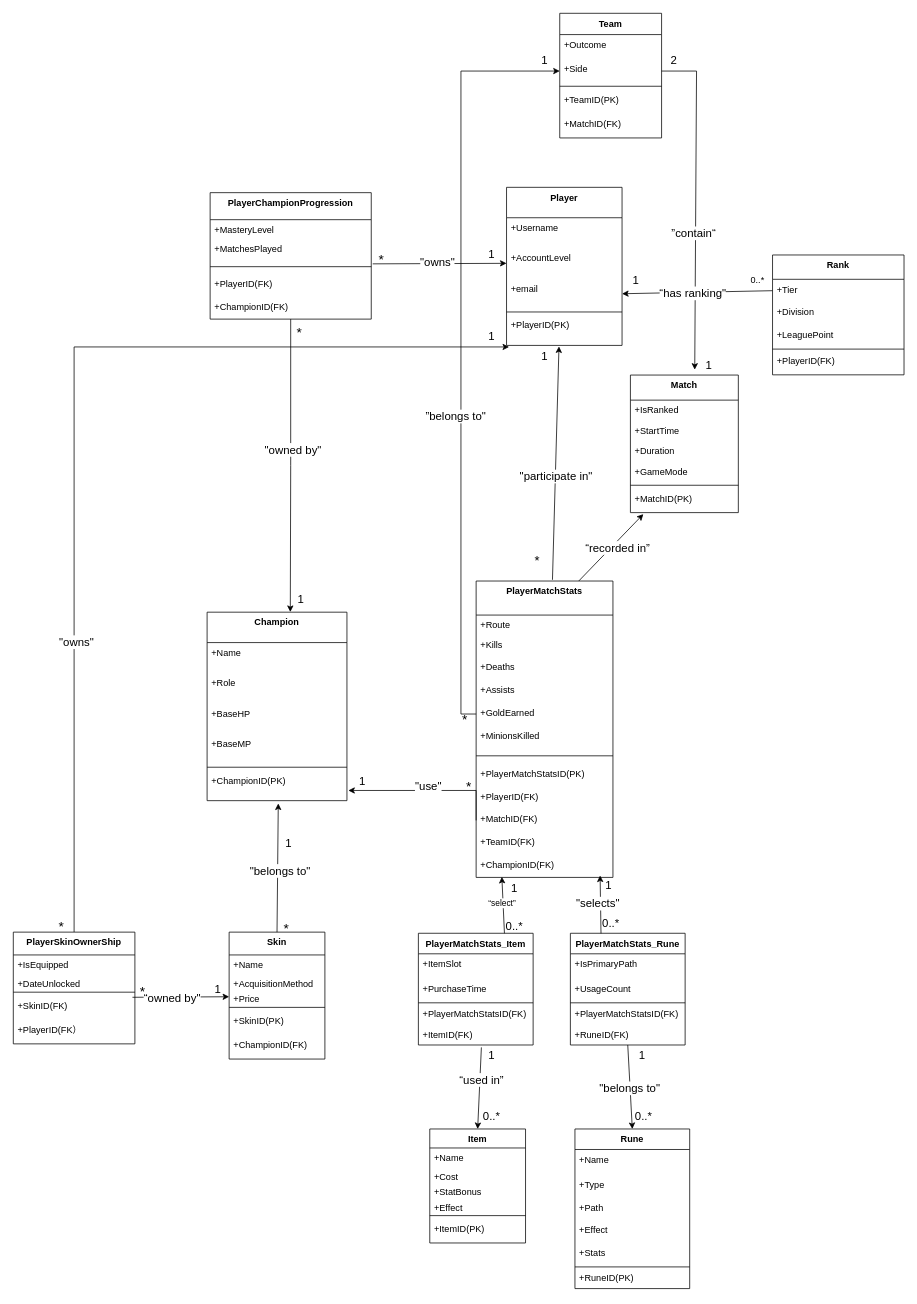
Above: 测试1.drawio in mushroomAAA/draw.io (draw.io), before the change. Source tidied: cells renumbered, new cells numbered last; positions are measured from the earlier drawing's top-left corner, leaving out a move shared by most shapes. Both pictures are drawn from the tidied source at 76%, with x=0, y=0 at pixel (13, 13).
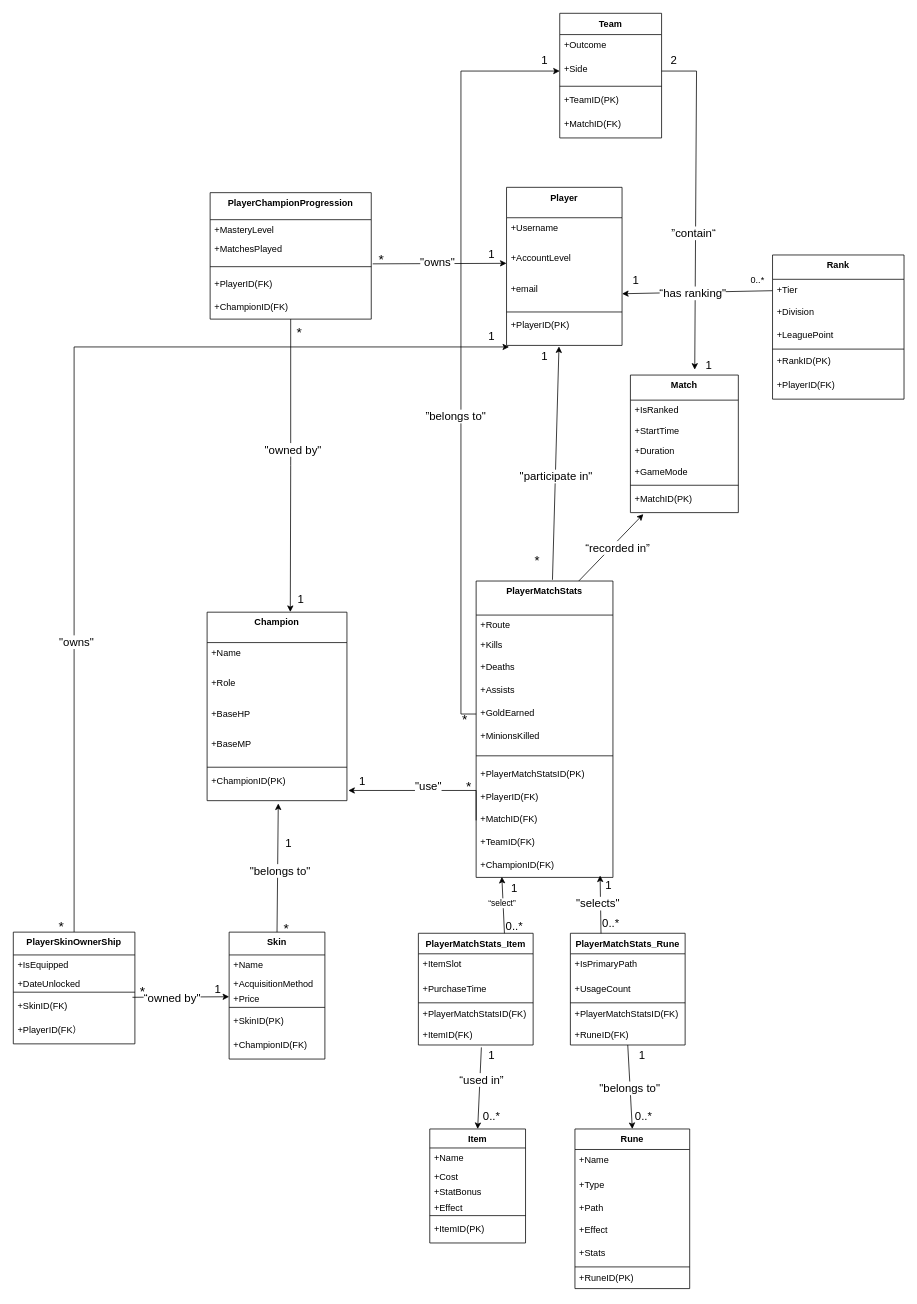
The same page after the edit.

Diff of the diagram source:
```diff
@@
     <mxCell id="87" value="Rank" style="swimlane;fontStyle=1;align=center;verticalAlign=top;horizontal=1;startSize=32;" parent="1" vertex="1">
-      <mxGeometry x="999" y="318" width="173" height="157.7" as="geometry" />
+      <mxGeometry x="999" y="318" width="173" height="189.7" as="geometry" />
     </mxCell>
@@
+    <mxCell id="151" value="+RankID(PK)" style="text;strokeColor=none;fillColor=none;align=left;verticalAlign=top;spacingLeft=4;spacingRight=4;overflow=hidden;" parent="87" vertex="1">
+      <mxGeometry y="125.7" width="173" height="32" as="geometry" />
+    </mxCell>
     <mxCell id="92" value="+PlayerID(FK)" style="text;strokeColor=none;fillColor=none;align=left;verticalAlign=top;spacingLeft=4;spacingRight=4;overflow=hidden;" parent="87" vertex="1">
-      <mxGeometry y="125.7" width="173" height="32" as="geometry" />
+      <mxGeometry y="157.7" width="173" height="32" as="geometry" />
     </mxCell>
```
